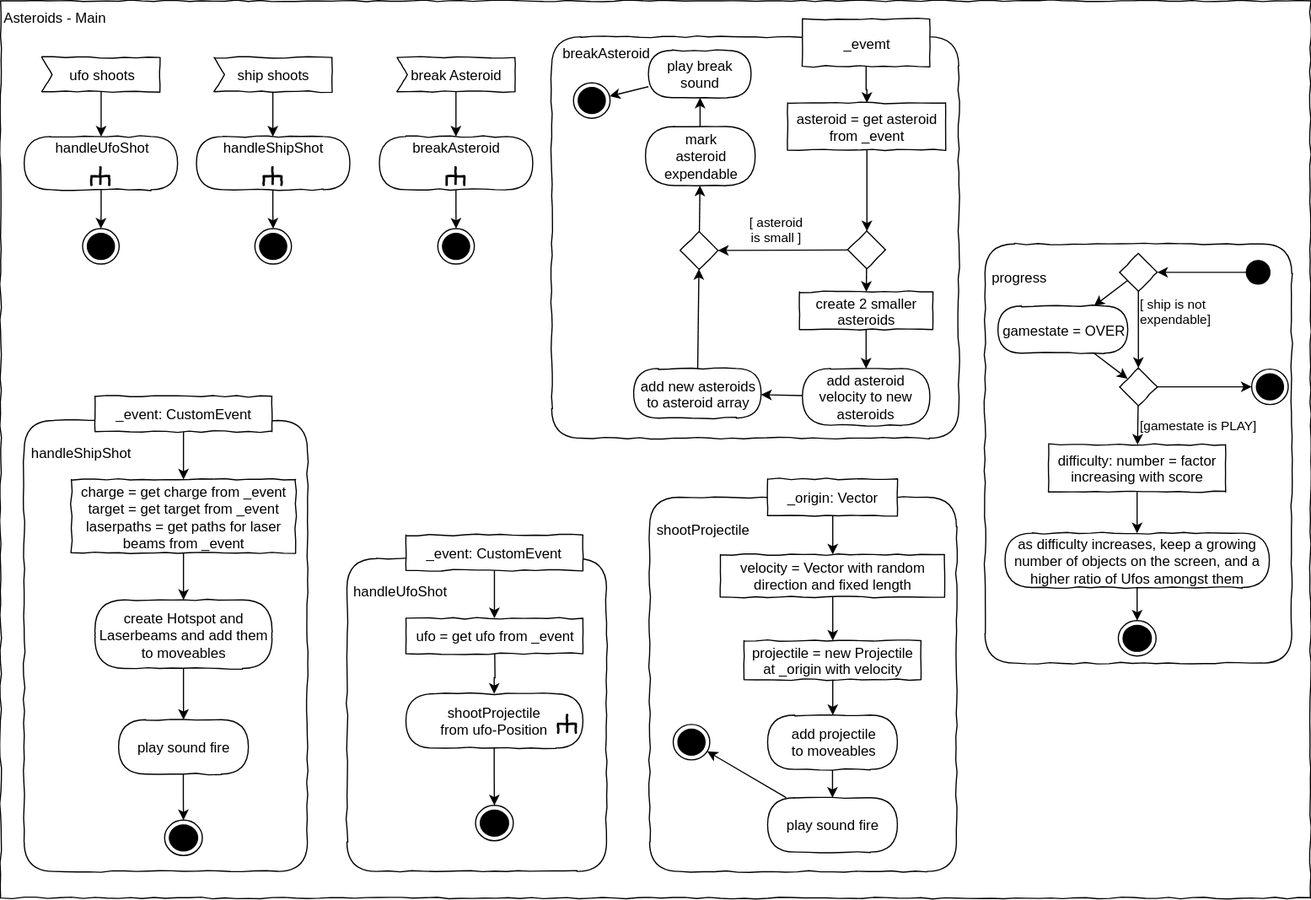
The draw.io diagram X01_Appendix/Code/L12_Addition/eiaSteroids/Documentation/Diagrams/Asteroids_ActivityDiagram-Main_2.svg in JirkaDellOro/EIA2-Inverted, before a commit. Source tidied: cells renumbered, new cells last; positions are measured from the earlier drawing's top-left corner, leaving out a move shared by most shapes.
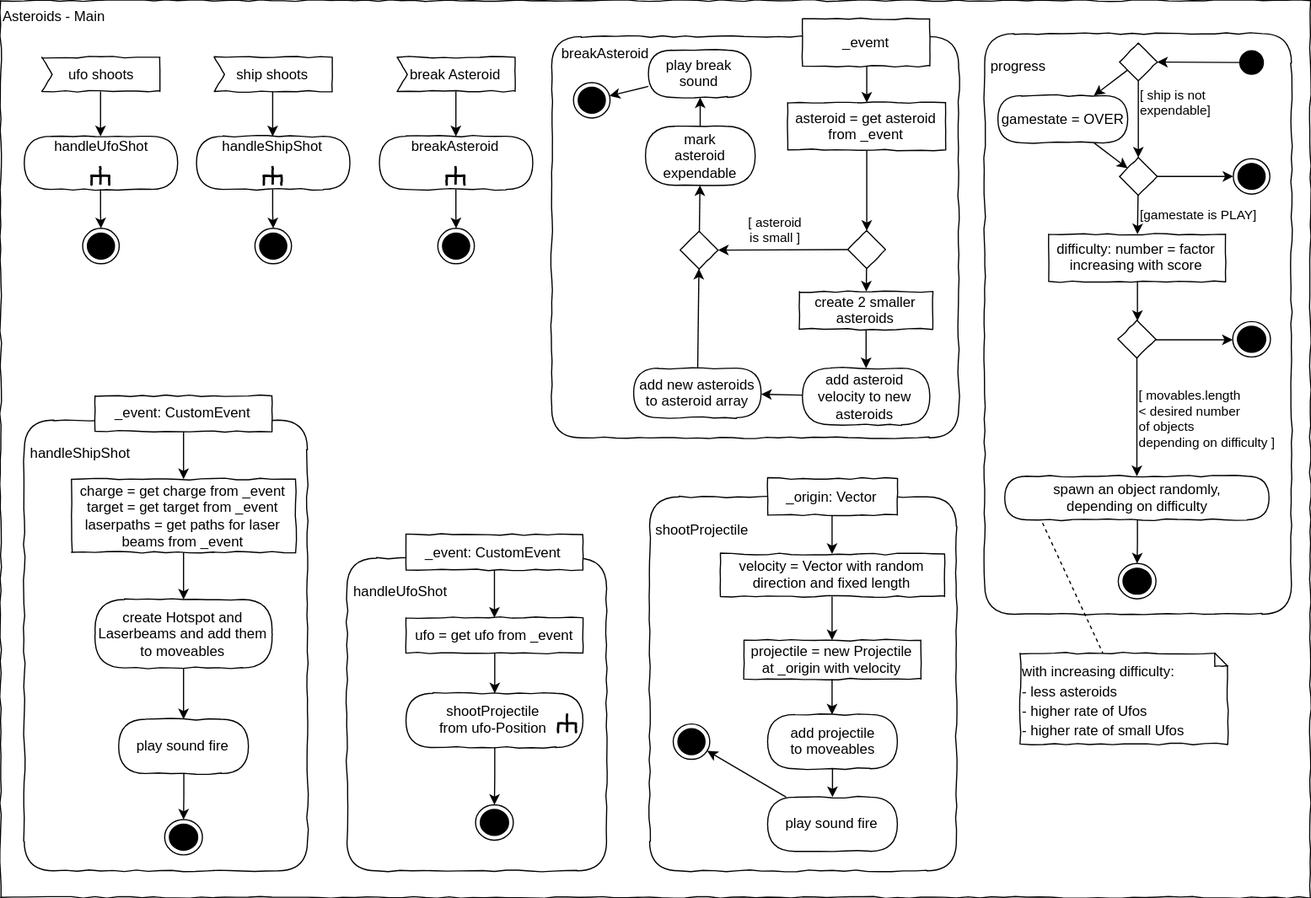
After the change.

Diff of the diagram source:
```diff
@@ -116,37 +116,37 @@
       </mxGeometry>
     </mxCell>
     <mxCell id="36" value="&lt;div style=&quot;text-align: left&quot;&gt;&lt;/div&gt;&lt;span style=&quot;text-align: center&quot;&gt;&amp;nbsp; &lt;br&gt;&lt;/span&gt;&lt;span style=&quot;text-align: center&quot;&gt;&amp;nbsp;progress&lt;/span&gt;&lt;span style=&quot;text-align: center&quot;&gt;&lt;br&gt;&lt;/span&gt;" style="rounded=1;whiteSpace=wrap;html=1;shadow=0;glass=0;comic=1;strokeColor=#000000;labelPosition=center;verticalLabelPosition=middle;align=left;verticalAlign=top;absoluteArcSize=1;arcSize=50;" parent="1" vertex="1">
-      <mxGeometry x="834.2" y="206" width="260" height="355" as="geometry" />
+      <mxGeometry x="834" y="28" width="260" height="492" as="geometry" />
     </mxCell>
-    <mxCell id="37" style="edgeStyle=orthogonalEdgeStyle;rounded=0;jettySize=auto;html=1;" parent="1" edge="1" source="39" target="38">
+    <mxCell id="37" value="[ movables.length&lt;br&gt;&amp;lt; desired number &lt;br&gt;of objects&lt;br&gt;depending on difficulty ]" style="edgeStyle=orthogonalEdgeStyle;rounded=0;jettySize=auto;html=1;labelPosition=right;verticalLabelPosition=middle;align=left;verticalAlign=middle;" parent="1" edge="1" source="102" target="38">
       <mxGeometry relative="1" as="geometry" />
     </mxCell>
-    <mxCell id="38" value="as difficulty increases, keep a growing number of objects on the screen, and a higher ratio of Ufos amongst them" style="rounded=1;whiteSpace=wrap;html=1;absoluteArcSize=1;arcSize=50;strokeWidth=1;shadow=0;comic=1;" parent="1" vertex="1">
-      <mxGeometry x="851.2" y="451" width="224" height="46" as="geometry" />
+    <mxCell id="38" value="spawn an object randomly, &lt;br&gt;depending on difficulty" style="rounded=1;whiteSpace=wrap;html=1;absoluteArcSize=1;arcSize=50;strokeWidth=1;shadow=0;comic=1;" parent="1" vertex="1">
+      <mxGeometry x="851" y="403" width="224" height="37" as="geometry" />
     </mxCell>
     <mxCell id="39" value="difficulty: number = factor increasing with score" style="rounded=0;whiteSpace=wrap;html=1;comic=1;shadow=0;fontFamily=Helvetica;fontSize=12;fontColor=#000000;align=center;strokeColor=#000000;strokeWidth=1;fillColor=#ffffff;" parent="1" vertex="1">
-      <mxGeometry x="888.2" y="376" width="150" height="40" as="geometry" />
+      <mxGeometry x="888.2" y="198" width="150" height="40" as="geometry" />
     </mxCell>
     <mxCell id="40" style="rounded=0;jettySize=auto;html=1;" parent="1" edge="1" source="43" target="52">
       <mxGeometry relative="1" as="geometry" />
     </mxCell>
     <mxCell id="41" style="ellipse;html=1;shape=endState;fillColor=#000000;strokeColor=#000000;comic=1;" parent="1" vertex="1">
-      <mxGeometry x="947.2" y="525" width="32" height="30" as="geometry" />
+      <mxGeometry x="947.2" y="477" width="32" height="30" as="geometry" />
     </mxCell>
     <mxCell id="42" style="edgeStyle=orthogonalEdgeStyle;rounded=0;jettySize=auto;html=1;" parent="1" edge="1" source="38" target="41">
       <mxGeometry relative="1" as="geometry" />
     </mxCell>
     <mxCell id="43" style="ellipse;whiteSpace=wrap;html=1;rounded=0;shadow=0;comic=0;labelBackgroundColor=none;strokeColor=#000000;strokeWidth=1;fillColor=#000000;fontFamily=Verdana;fontSize=12;fontColor=#000000;align=center;comic=1;" parent="1" vertex="1">
-      <mxGeometry x="1055.7" y="220" width="20" height="20" as="geometry" />
+      <mxGeometry x="1050.2" y="42.5" width="20" height="20" as="geometry" />
     </mxCell>
     <mxCell id="44" value="[gamestate is PLAY]" style="edgeStyle=none;rounded=0;jettySize=auto;html=1;labelPosition=right;verticalLabelPosition=middle;align=left;verticalAlign=middle;" parent="1" edge="1" source="45" target="39">
       <mxGeometry relative="1" as="geometry" />
     </mxCell>
     <mxCell id="45" style="rhombus;whiteSpace=wrap;html=1;rounded=0;shadow=0;glass=0;comic=1;strokeColor=#000000;align=left;" parent="1" vertex="1">
-      <mxGeometry x="948.2" y="311" width="32" height="32" as="geometry" />
+      <mxGeometry x="948.2" y="133" width="32" height="32" as="geometry" />
     </mxCell>
     <mxCell id="46" style="ellipse;html=1;shape=endState;fillColor=#000000;strokeColor=#000000;comic=1;" parent="1" vertex="1">
-      <mxGeometry x="1060.2" y="312" width="31" height="30" as="geometry" />
+      <mxGeometry x="1044.7" y="134" width="31" height="30" as="geometry" />
     </mxCell>
     <mxCell id="47" style="edgeStyle=none;rounded=0;jettySize=auto;html=1;verticalAlign=bottom;" parent="1" edge="1" source="45" target="46">
       <mxGeometry relative="1" as="geometry" />
@@ -155,12 +155,12 @@
       <mxGeometry relative="1" as="geometry" />
     </mxCell>
     <mxCell id="49" value="gamestate = OVER" style="rounded=1;whiteSpace=wrap;html=1;absoluteArcSize=1;arcSize=50;strokeWidth=1;shadow=0;comic=1;" parent="1" vertex="1">
-      <mxGeometry x="845.2" y="258.5" width="110" height="40" as="geometry" />
+      <mxGeometry x="845.2" y="80.5" width="110" height="40" as="geometry" />
     </mxCell>
     <mxCell id="50" value="[ ship is not &lt;br&gt;expendable]" style="edgeStyle=none;rounded=0;jettySize=auto;html=1;labelPosition=right;verticalLabelPosition=top;align=left;verticalAlign=bottom;" parent="1" edge="1" source="52" target="45">
       <mxGeometry relative="1" as="geometry">
         <Array as="points">
-          <mxPoint x="964.2" y="276" />
+          <mxPoint x="964.2" y="98" />
         </Array>
       </mxGeometry>
     </mxCell>
@@ -168,7 +168,7 @@
       <mxGeometry relative="1" as="geometry" />
     </mxCell>
     <mxCell id="52" style="rhombus;whiteSpace=wrap;html=1;rounded=0;shadow=0;glass=0;comic=1;strokeColor=#000000;align=left;" parent="1" vertex="1">
-      <mxGeometry x="948.2" y="214" width="32" height="32" as="geometry" />
+      <mxGeometry x="948.2" y="36" width="32" height="32" as="geometry" />
     </mxCell>
     <mxCell id="53" value="ship shoots" style="shape=mxgraph.sysml.accEvent;flipH=0;whiteSpace=wrap;align=center;shadow=0;strokeWidth=1;comic=1;" parent="1" vertex="1">
       <mxGeometry x="181" y="48" width="100" height="29" as="geometry" />
@@ -316,5 +316,23 @@
     <mxCell id="100" style="edgeStyle=orthogonalEdgeStyle;curved=1;rounded=0;jettySize=auto;html=1;fontSize=12;" parent="1" edge="1" source="90" target="99">
       <mxGeometry relative="1" as="geometry" />
     </mxCell>
+    <mxCell id="101" style="edgeStyle=orthogonalEdgeStyle;rounded=0;jettySize=auto;html=1;" parent="1" edge="1" source="102" target="104">
+      <mxGeometry relative="1" as="geometry" />
+    </mxCell>
+    <mxCell id="102" style="rhombus;whiteSpace=wrap;html=1;rounded=0;shadow=0;glass=0;comic=1;strokeColor=#000000;align=left;" parent="1" vertex="1">
+      <mxGeometry x="947" y="271" width="32" height="32" as="geometry" />
+    </mxCell>
+    <mxCell id="103" style="edgeStyle=orthogonalEdgeStyle;rounded=0;jettySize=auto;html=1;" parent="1" edge="1" source="39" target="102">
+      <mxGeometry relative="1" as="geometry" />
+    </mxCell>
+    <mxCell id="104" style="ellipse;html=1;shape=endState;fillColor=#000000;strokeColor=#000000;comic=1;" parent="1" vertex="1">
+      <mxGeometry x="1044.2" y="272" width="32" height="30" as="geometry" />
+    </mxCell>
+    <mxCell id="105" value="&lt;span style=&quot;font-size: 12px&quot;&gt;with increasing difficulty:&lt;br&gt;- less asteroids&lt;br&gt;- higher rate of Ufos&lt;/span&gt;&lt;br style=&quot;font-size: 12px&quot;&gt;&lt;span style=&quot;font-size: 12px&quot;&gt;- higher rate of small Ufos&lt;/span&gt;" style="shape=note;strokeWidth=1;fontSize=14;size=11;whiteSpace=wrap;html=1;rounded=0;shadow=0;comic=1;fillColor=#FFFFFF;align=left;" parent="1" vertex="1">
+      <mxGeometry x="864" y="553" width="176" height="77" as="geometry" />
+    </mxCell>
+    <mxCell id="106" style="endArrow=none;dashed=1;html=1;exitX=0.143;exitY=1.073;exitDx=0;exitDy=0;exitPerimeter=0;" parent="1" edge="1" source="38" target="105">
+      <mxGeometry relative="1" as="geometry" />
+    </mxCell>
   </root>
 </mxGraphModel>
```
